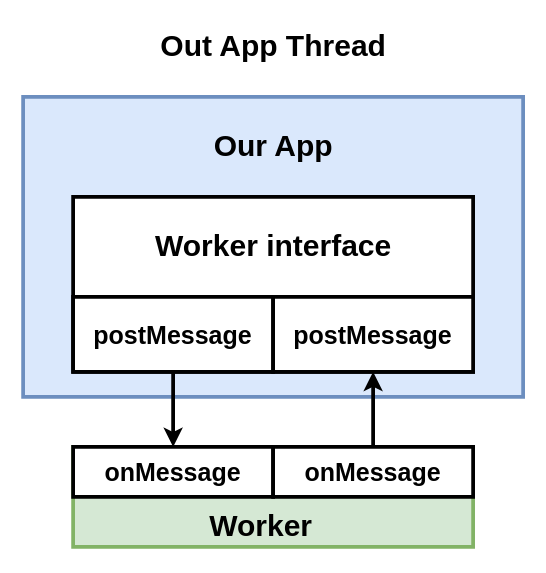
Before: page "11" (11 of 11) of Section-2.drawio in uzzal71/Node-JS-Advanced-Concepts, a draw.io diagram. Source tidied: cells renumbered, new cells numbered last; positions are measured from the earlier drawing's top-left corner, leaving out a move shared by most shapes. Both pictures are drawn from the tidied source at 125%, with x=0, y=0 at pixel (22, 21).
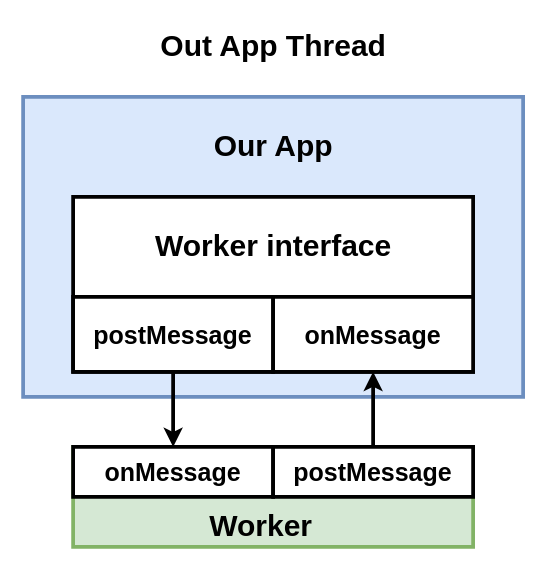
Above is the later version.

Change to the diagram source:
```diff
@@
 <mxGraphModel>
   <root>
     <mxCell id="0" />
     <mxCell id="1" parent="0" />
     <mxCell id="2" style="rounded=0;whiteSpace=wrap;html=1;fillColor=#dae8fc;strokeColor=#6c8ebf;strokeWidth=3;" parent="1" vertex="1">
       <mxGeometry y="60" width="400" height="240" as="geometry" />
     </mxCell>
     <mxCell id="3" style="rounded=0;whiteSpace=wrap;html=1;strokeWidth=3;" parent="1" vertex="1">
       <mxGeometry x="40" y="140" width="320" height="140" as="geometry" />
     </mxCell>
     <mxCell id="4" style="edgeStyle=orthogonalEdgeStyle;rounded=0;jettySize=auto;html=1;entryX=0.5;entryY=0;entryDx=0;entryDy=0;strokeWidth=3;" parent="1" edge="1" source="5" target="11">
       <mxGeometry relative="1" as="geometry" />
     </mxCell>
     <mxCell id="5" value="&lt;font style=&quot;font-size: 20px;&quot;&gt;&lt;b&gt;postMessage&lt;/b&gt;&lt;/font&gt;" style="rounded=0;whiteSpace=wrap;html=1;strokeWidth=3;" parent="1" vertex="1">
       <mxGeometry x="40" y="220" width="160" height="60" as="geometry" />
     </mxCell>
-    <mxCell id="6" value="&lt;b style=&quot;border-color: var(--border-color); font-size: 20px;&quot;&gt;postMessage&lt;/b&gt;" style="rounded=0;whiteSpace=wrap;html=1;strokeWidth=3;" parent="1" vertex="1">
+    <mxCell id="6" value="&lt;b style=&quot;border-color: var(--border-color); font-size: 20px;&quot;&gt;onMessage&lt;/b&gt;" style="rounded=0;whiteSpace=wrap;html=1;strokeWidth=3;" parent="1" vertex="1">
       <mxGeometry x="200" y="220" width="160" height="60" as="geometry" />
     </mxCell>
     <mxCell id="7" value="Worker interface" style="text;strokeColor=none;fillColor=none;html=1;fontSize=24;fontStyle=1;verticalAlign=middle;align=center;" parent="1" vertex="1">
       <mxGeometry x="150" y="160" width="100" height="40" as="geometry" />
     </mxCell>
     <mxCell id="8" value="Our App" style="text;strokeColor=none;fillColor=none;html=1;fontSize=24;fontStyle=1;verticalAlign=middle;align=center;" parent="1" vertex="1">
       <mxGeometry x="150" y="80" width="100" height="40" as="geometry" />
     </mxCell>
     <mxCell id="9" value="Out App Thread" style="text;strokeColor=none;fillColor=none;html=1;fontSize=24;fontStyle=1;verticalAlign=middle;align=center;" parent="1" vertex="1">
       <mxGeometry x="150" width="100" height="40" as="geometry" />
     </mxCell>
     <mxCell id="10" style="rounded=0;whiteSpace=wrap;html=1;fillColor=#d5e8d4;strokeColor=#82b366;strokeWidth=3;" parent="1" vertex="1">
       <mxGeometry x="40" y="340" width="320" height="80" as="geometry" />
     </mxCell>
     <mxCell id="11" value="&lt;font style=&quot;font-size: 20px;&quot;&gt;&lt;b&gt;onMessage&lt;/b&gt;&lt;/font&gt;" style="rounded=0;whiteSpace=wrap;html=1;strokeWidth=3;" parent="1" vertex="1">
       <mxGeometry x="40" y="340" width="160" height="40" as="geometry" />
     </mxCell>
     <mxCell id="12" style="edgeStyle=orthogonalEdgeStyle;rounded=0;jettySize=auto;html=1;entryX=0.5;entryY=1;entryDx=0;entryDy=0;strokeWidth=3;" parent="1" edge="1" source="13" target="6">
       <mxGeometry relative="1" as="geometry" />
     </mxCell>
-    <mxCell id="13" value="&lt;b style=&quot;border-color: var(--border-color); font-size: 20px;&quot;&gt;onMessage&lt;/b&gt;" style="rounded=0;whiteSpace=wrap;html=1;strokeWidth=3;" parent="1" vertex="1">
+    <mxCell id="13" value="&lt;b style=&quot;border-color: var(--border-color); font-size: 20px;&quot;&gt;postMessage&lt;/b&gt;" style="rounded=0;whiteSpace=wrap;html=1;strokeWidth=3;" parent="1" vertex="1">
       <mxGeometry x="200" y="340" width="160" height="40" as="geometry" />
     </mxCell>
     <mxCell id="14" value="Worker" style="text;strokeColor=none;fillColor=none;html=1;fontSize=24;fontStyle=1;verticalAlign=middle;align=center;" parent="1" vertex="1">
       <mxGeometry x="140" y="384" width="100" height="40" as="geometry" />
     </mxCell>
   </root>
 </mxGraphModel>
```
